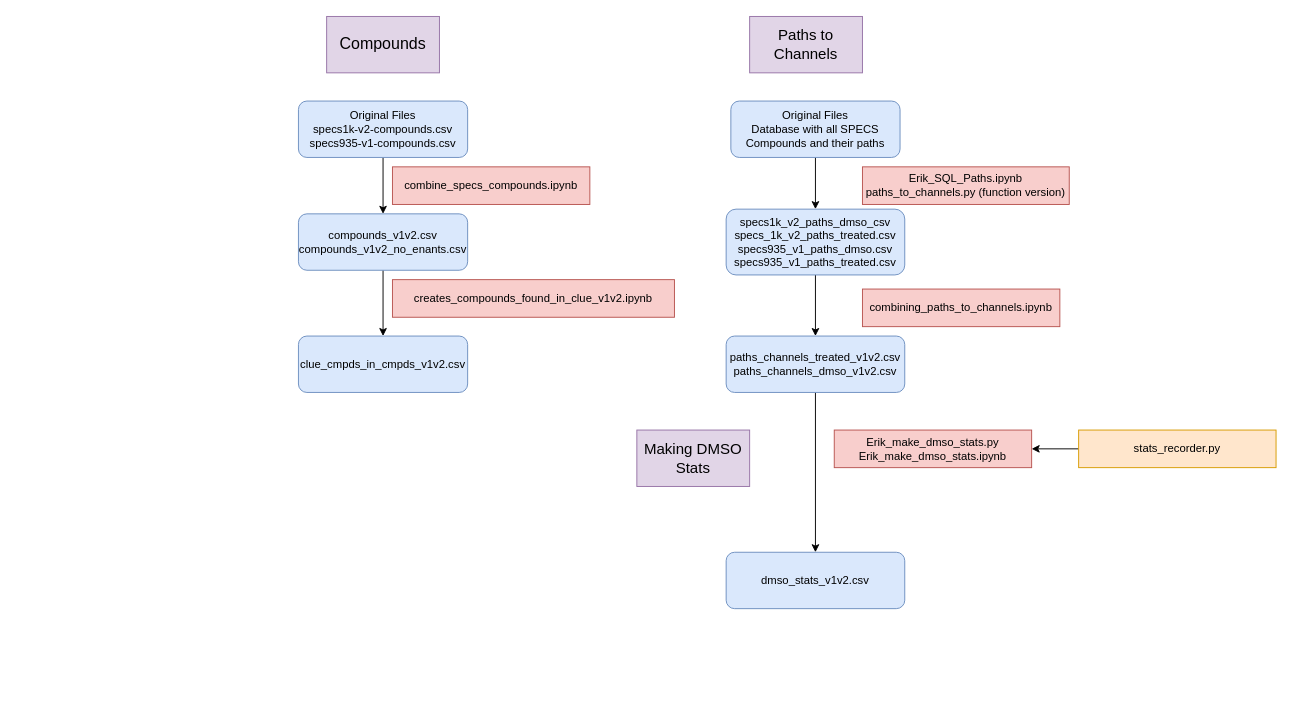
This is data_for_models/Data_for_Models.drawio from sverige16/Tomic-Chem-CP-Prot-MoA, a draw.io file, before an edit. Source tidied: cells renumbered, new cells numbered last; positions are measured from the earlier drawing's top-left corner, leaving out a move shared by most shapes. Both pictures are drawn from the tidied source at 94%, with x=0, y=0 at pixel (298, 16).
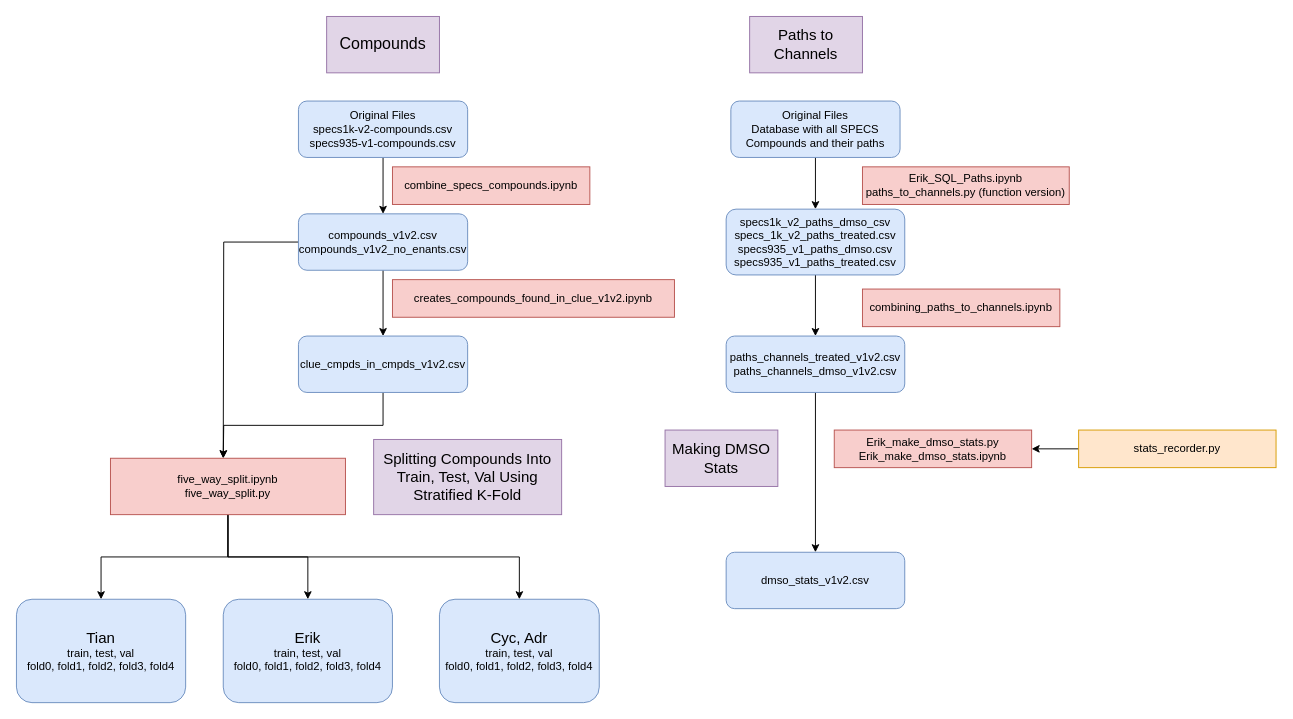
The same diagram, later.

Unchanged cells that the change refers to:
```xml
<mxCell id="7" value="&lt;div&gt;compounds_v1v2.csv&lt;/div&gt;&lt;div&gt;compounds_v1v2_no_enants.csv&lt;br&gt;&lt;/div&gt;" style="rounded=1;whiteSpace=wrap;html=1;fillColor=#dae8fc;strokeColor=#6c8ebf;" parent="1" vertex="1">
  <mxGeometry y="210" width="180" height="60" as="geometry" />
</mxCell>
<mxCell id="8" value="clue_cmpds_in_cmpds_v1v2.csv" style="rounded=1;whiteSpace=wrap;html=1;fillColor=#dae8fc;strokeColor=#6c8ebf;" parent="1" vertex="1">
  <mxGeometry y="340" width="180" height="60" as="geometry" />
</mxCell>
```

Change to the diagram source:
```diff
@@
+    <mxCell id="24" style="edgeStyle=orthogonalEdgeStyle;rounded=0;jettySize=auto;html=1;exitX=0;exitY=0.5;exitDx=0;exitDy=0;fontSize=16;" parent="1" edge="1" source="7">
+      <mxGeometry relative="1" as="geometry">
+        <mxPoint x="-80" y="470" as="targetPoint" />
+      </mxGeometry>
+    </mxCell>
@@
+    <mxCell id="25" style="edgeStyle=orthogonalEdgeStyle;rounded=0;jettySize=auto;html=1;exitX=0.5;exitY=1;exitDx=0;exitDy=0;fontSize=16;" parent="1" edge="1" source="8">
+      <mxGeometry relative="1" as="geometry">
+        <mxPoint x="-80" y="470" as="targetPoint" />
+      </mxGeometry>
+    </mxCell>
@@
     <mxCell id="11" value="&lt;font style=&quot;font-size: 13px;&quot;&gt;&lt;font style=&quot;font-size: 14px;&quot;&gt;&lt;font style=&quot;font-size: 15px;&quot;&gt;&lt;font style=&quot;font-size: 16px;&quot;&gt;Making DMSO Stats&lt;/font&gt;&lt;/font&gt;&lt;/font&gt;&lt;/font&gt;" style="rounded=0;whiteSpace=wrap;html=1;fillColor=#e1d5e7;strokeColor=#9673a6;" parent="1" vertex="1">
-      <mxGeometry x="360" y="440" width="120" height="60" as="geometry" />
+      <mxGeometry x="390" y="440" width="120" height="60" as="geometry" />
     </mxCell>
@@
+    <mxCell id="26" value="&lt;div style=&quot;font-size: 16px;&quot;&gt;&lt;font style=&quot;font-size: 16px;&quot;&gt;Splitting Compounds Into Train, Test, Val Using Stratified K-Fold&lt;br&gt;&lt;/font&gt;&lt;/div&gt;" style="rounded=0;whiteSpace=wrap;html=1;fillColor=#e1d5e7;strokeColor=#9673a6;" parent="1" vertex="1">
+      <mxGeometry x="80" y="450" width="200" height="80" as="geometry" />
+    </mxCell>
+    <mxCell id="27" value="&lt;div&gt;&lt;font style=&quot;font-size: 13px;&quot;&gt;&lt;font style=&quot;font-size: 14px;&quot;&gt;&lt;font style=&quot;font-size: 15px;&quot;&gt;&lt;font style=&quot;font-size: 16px;&quot;&gt;Tian&lt;/font&gt;&lt;/font&gt;&lt;/font&gt;&lt;/font&gt;&lt;/div&gt;&lt;div&gt;&lt;div&gt;train, test, val&lt;br&gt;&lt;/div&gt;fold0, fold1, fold2, fold3, fold4&lt;/div&gt;" style="rounded=1;whiteSpace=wrap;html=1;fillColor=#dae8fc;strokeColor=#6c8ebf;" parent="1" vertex="1">
+      <mxGeometry x="-300" y="620" width="180" height="110" as="geometry" />
+    </mxCell>
+    <mxCell id="28" value="&lt;div&gt;&lt;font style=&quot;font-size: 13px;&quot;&gt;&lt;font style=&quot;font-size: 14px;&quot;&gt;&lt;font style=&quot;font-size: 15px;&quot;&gt;&lt;font style=&quot;font-size: 16px;&quot;&gt;Erik&lt;/font&gt;&lt;/font&gt;&lt;/font&gt;&lt;/font&gt;&lt;/div&gt;&lt;div&gt;train, test, val&lt;br&gt;&lt;/div&gt;fold0, fold1, fold2, fold3, fold4" style="rounded=1;whiteSpace=wrap;html=1;fillColor=#dae8fc;strokeColor=#6c8ebf;" parent="1" vertex="1">
+      <mxGeometry x="-80" y="620" width="180" height="110" as="geometry" />
+    </mxCell>
+    <mxCell id="29" value="&lt;div&gt;&lt;font style=&quot;font-size: 13px;&quot;&gt;&lt;font style=&quot;font-size: 14px;&quot;&gt;&lt;font style=&quot;font-size: 15px;&quot;&gt;&lt;font style=&quot;font-size: 16px;&quot;&gt;Cyc, Adr&lt;/font&gt;&lt;/font&gt;&lt;/font&gt;&lt;/font&gt;&lt;/div&gt;&lt;div&gt;train, test, val&lt;br&gt;&lt;/div&gt;&lt;div&gt;fold0, fold1, fold2, fold3, fold4&lt;br&gt;&lt;/div&gt;" style="rounded=1;whiteSpace=wrap;html=1;fillColor=#dae8fc;strokeColor=#6c8ebf;" parent="1" vertex="1">
+      <mxGeometry x="150" y="620" width="170" height="110" as="geometry" />
+    </mxCell>
+    <mxCell id="30" style="edgeStyle=orthogonalEdgeStyle;rounded=0;jettySize=auto;html=1;entryX=0.5;entryY=0;entryDx=0;entryDy=0;fontSize=12;" parent="1" edge="1" source="33" target="27">
+      <mxGeometry relative="1" as="geometry" />
+    </mxCell>
+    <mxCell id="31" style="edgeStyle=orthogonalEdgeStyle;rounded=0;jettySize=auto;html=1;exitX=0.5;exitY=1;exitDx=0;exitDy=0;entryX=0.5;entryY=0;entryDx=0;entryDy=0;fontSize=12;" parent="1" edge="1" source="33" target="28">
+      <mxGeometry relative="1" as="geometry" />
+    </mxCell>
+    <mxCell id="32" style="edgeStyle=orthogonalEdgeStyle;rounded=0;jettySize=auto;html=1;exitX=0.5;exitY=1;exitDx=0;exitDy=0;fontSize=12;" parent="1" edge="1" source="33" target="29">
+      <mxGeometry relative="1" as="geometry" />
+    </mxCell>
+    <mxCell id="33" value="&lt;div style=&quot;font-size: 12px;&quot;&gt;&lt;font style=&quot;font-size: 12px;&quot;&gt;five_way_split.ipynb&lt;/font&gt;&lt;/div&gt;&lt;font style=&quot;font-size: 12px;&quot;&gt;&lt;font style=&quot;font-size: 12px;&quot;&gt;five_way_split.py&lt;/font&gt;&lt;/font&gt;" style="rounded=0;whiteSpace=wrap;html=1;fontSize=12;fillColor=#f8cecc;strokeColor=#b85450;" parent="1" vertex="1">
+      <mxGeometry x="-200" y="470" width="250" height="60" as="geometry" />
+    </mxCell>
```
